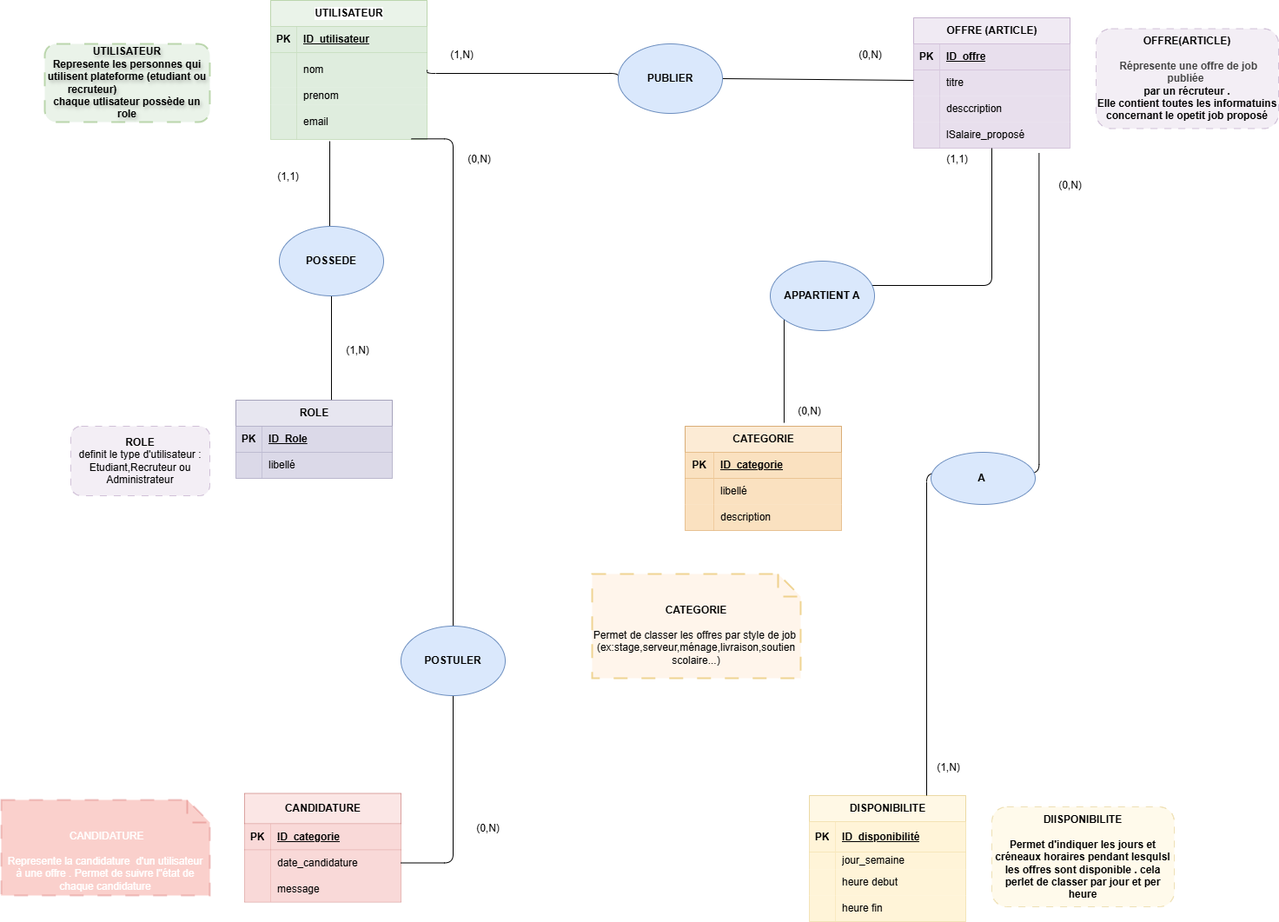
Before: Frontend/projet.png, a diagram exported from draw.io (bray886/Temps-de-travail-). Source tidied: cells renumbered, new cells last; positions are measured from the earlier drawing's top-left corner, leaving out a move shared by most shapes.
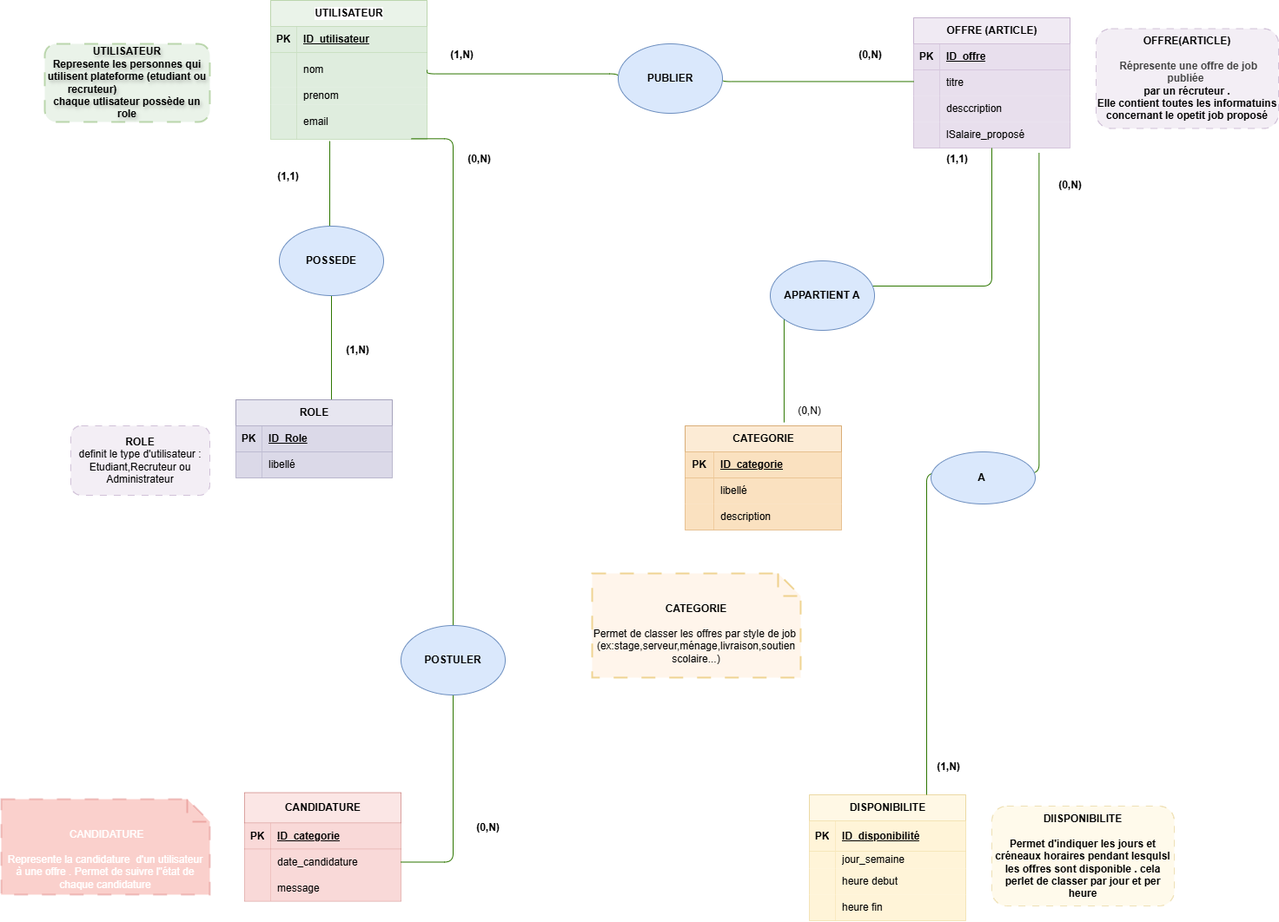
The same diagram one commit later.

Diff of the diagram source:
```diff
@@ -167,7 +167,7 @@
     <mxCell id="56" value="&lt;div style=&quot;&quot;&gt;&lt;b&gt;&amp;nbsp;&lt;/b&gt;&lt;/div&gt;&lt;div style=&quot;&quot;&gt;&lt;b&gt;&lt;br&gt;&lt;/b&gt;&lt;/div&gt;&lt;div style=&quot;&quot;&gt;&lt;b&gt;UTILISATEUR&lt;/b&gt;&lt;/div&gt;&lt;div style=&quot;&quot;&gt;&lt;b&gt;Represente les personnes qui utilisent plateforme (etudiant ou recruteur)&amp;nbsp; &amp;nbsp; &amp;nbsp; &amp;nbsp; &amp;nbsp; &amp;nbsp; &amp;nbsp; &amp;nbsp; &amp;nbsp; &amp;nbsp; &amp;nbsp; &amp;nbsp;&amp;nbsp;&lt;/b&gt;&lt;/div&gt;&lt;div style=&quot;&quot;&gt;&lt;b&gt;chaque utlisateur possède un role&lt;/b&gt;&lt;/div&gt;&lt;div style=&quot;&quot;&gt;&lt;b&gt;&lt;br&gt;&lt;/b&gt;&lt;/div&gt;&lt;div style=&quot;&quot;&gt;&lt;br&gt;&lt;/div&gt;" style="rounded=1;whiteSpace=wrap;html=1;dashed=1;dashPattern=8 8;strokeWidth=2;fillColor=#d5e8d4;strokeColor=#82b366;opacity=50;align=center;textShadow=1;" parent="1" vertex="1">
       <mxGeometry x="50" y="50" width="190" height="90" as="geometry" />
     </mxCell>
-    <mxCell id="57" value="&lt;span&gt;&lt;font&gt;UTILISATEUR&lt;/font&gt;&lt;/span&gt;" style="shape=table;startSize=30;rowLines=0;fontStyle=1;align=center;html=1;labelBackgroundColor=default;fillColor=#d5e8d4;strokeColor=#82b366;opacity=50;" parent="1" vertex="1">
+    <mxCell id="57" value="&lt;span&gt;&lt;font style=&quot;color: rgb(0, 0, 0);&quot;&gt;UTILISATEUR&lt;/font&gt;&lt;/span&gt;" style="shape=table;startSize=30;rowLines=0;fontStyle=1;align=center;html=1;labelBackgroundColor=default;fillColor=#d5e8d4;strokeColor=#82b366;opacity=50;" parent="1" vertex="1">
       <mxGeometry x="310" width="180" height="160" as="geometry" />
     </mxCell>
     <mxCell id="58" style="shape=tableRow;horizontal=0;startSize=0;swimlaneHead=0;swimlaneBody=0;fillColor=#d5e8d4;top=0;left=0;right=0;bottom=1;strokeColor=#82b366;opacity=50;" parent="57" vertex="1">
@@ -218,32 +218,32 @@
     <mxCell id="73" value="&lt;b&gt;DIISPONIBILITE&lt;/b&gt;&lt;div&gt;&lt;b&gt;&lt;br&gt;&lt;/b&gt;&lt;/div&gt;&lt;div&gt;&lt;b&gt;Permet d'indiquer les jours et créneaux horaires pendant lesqulsl les offres sont disponible . cela perlet de classer par jour et per heure&lt;/b&gt;&lt;/div&gt;" style="rounded=1;whiteSpace=wrap;html=1;dashed=1;dashPattern=8 8;fillColor=#fff2cc;strokeColor=#d6b656;opacity=40;" parent="1" vertex="1">
       <mxGeometry x="1140" y="928" width="210" height="115" as="geometry" />
     </mxCell>
-    <mxCell id="74" style="edgeStyle=elbowEdgeStyle;html=1;endArrow=none;elbow=vertical;entryX=0;entryY=0.5;entryDx=0;entryDy=0;exitX=1;exitY=0.5;exitDx=0;exitDy=0;" parent="1" edge="1" source="80" target="6">
+    <mxCell id="74" style="edgeStyle=elbowEdgeStyle;html=1;endArrow=none;elbow=vertical;entryX=0;entryY=0.5;entryDx=0;entryDy=0;exitX=1;exitY=0.5;exitDx=0;exitDy=0;fillColor=#60a917;strokeColor=#2D7600;" parent="1" edge="1" source="80" target="6">
       <mxGeometry relative="1" as="geometry" />
     </mxCell>
-    <mxCell id="75" style="html=1;endArrow=none;elbow=vertical;exitX=0.5;exitY=1;exitDx=0;exitDy=0;entryX=0.611;entryY=-0.004;entryDx=0;entryDy=0;entryPerimeter=0;" parent="1" edge="1" source="82" target="15">
+    <mxCell id="75" style="html=1;endArrow=none;elbow=vertical;exitX=0.5;exitY=1;exitDx=0;exitDy=0;entryX=0.611;entryY=-0.004;entryDx=0;entryDy=0;entryPerimeter=0;fillColor=#60a917;strokeColor=#2D7600;" parent="1" edge="1" source="82" target="15">
       <mxGeometry relative="1" as="geometry" />
     </mxCell>
-    <mxCell id="76" style="edgeStyle=elbowEdgeStyle;html=1;endArrow=none;elbow=vertical;exitX=0.9;exitY=0.983;exitDx=0;exitDy=0;exitPerimeter=0;entryX=1;entryY=0.5;entryDx=0;entryDy=0;" parent="1" edge="1" source="67" target="26">
+    <mxCell id="76" style="edgeStyle=elbowEdgeStyle;html=1;endArrow=none;elbow=vertical;exitX=0.9;exitY=0.983;exitDx=0;exitDy=0;exitPerimeter=0;entryX=1;entryY=0.5;entryDx=0;entryDy=0;fillColor=#60a917;strokeColor=#2D7600;" parent="1" edge="1" source="67" target="26">
       <mxGeometry relative="1" as="geometry">
         <Array as="points">
           <mxPoint x="520" y="550" />
         </Array>
       </mxGeometry>
     </mxCell>
-    <mxCell id="77" style="edgeStyle=elbowEdgeStyle;html=1;endArrow=none;elbow=vertical;entryX=0.633;entryY=-0.033;entryDx=0;entryDy=0;entryPerimeter=0;" parent="1" edge="1" source="12" target="32">
+    <mxCell id="77" style="edgeStyle=elbowEdgeStyle;html=1;endArrow=none;elbow=vertical;entryX=0.633;entryY=-0.033;entryDx=0;entryDy=0;entryPerimeter=0;fillColor=#60a917;strokeColor=#2D7600;" parent="1" edge="1" source="12" target="32">
       <mxGeometry relative="1" as="geometry" />
     </mxCell>
-    <mxCell id="78" style="edgeStyle=elbowEdgeStyle;html=1;endArrow=none;elbow=vertical;exitX=0.802;exitY=1.189;exitDx=0;exitDy=0;exitPerimeter=0;entryX=0.75;entryY=0;entryDx=0;entryDy=0;labelBorderColor=default;" parent="1" edge="1" source="12" target="42">
+    <mxCell id="78" style="edgeStyle=elbowEdgeStyle;html=1;endArrow=none;elbow=vertical;exitX=0.802;exitY=1.189;exitDx=0;exitDy=0;exitPerimeter=0;entryX=0.75;entryY=0;entryDx=0;entryDy=0;labelBorderColor=default;fillColor=#60a917;strokeColor=#2D7600;" parent="1" edge="1" source="12" target="42">
       <mxGeometry relative="1" as="geometry" />
     </mxCell>
-    <mxCell id="79" style="edgeStyle=elbowEdgeStyle;html=1;endArrow=none;elbow=vertical;entryX=0;entryY=0.5;entryDx=0;entryDy=0;exitX=1;exitY=0.5;exitDx=0;exitDy=0;" parent="1" edge="1" source="61" target="80">
+    <mxCell id="79" style="edgeStyle=elbowEdgeStyle;html=1;endArrow=none;elbow=vertical;entryX=0;entryY=0.5;entryDx=0;entryDy=0;exitX=1;exitY=0.5;exitDx=0;exitDy=0;fillColor=#60a917;strokeColor=#2D7600;" parent="1" edge="1" source="61" target="80">
       <mxGeometry relative="1" as="geometry" />
     </mxCell>
     <mxCell id="80" value="&lt;b&gt;PUBLIER&lt;/b&gt;" style="ellipse;whiteSpace=wrap;html=1;fillColor=#dae8fc;strokeColor=#6c8ebf;" parent="1" vertex="1">
       <mxGeometry x="710" y="50" width="120" height="80" as="geometry" />
     </mxCell>
-    <mxCell id="81" style="html=1;endArrow=none;elbow=vertical;exitX=0.378;exitY=1.05;exitDx=0;exitDy=0;exitPerimeter=0;" parent="1" edge="1" source="67">
+    <mxCell id="81" style="html=1;endArrow=none;elbow=vertical;exitX=0.378;exitY=1.05;exitDx=0;exitDy=0;exitPerimeter=0;fillColor=#60a917;strokeColor=#2D7600;" parent="1" edge="1" source="67">
       <mxGeometry relative="1" as="geometry">
         <mxPoint x="378" y="260" as="targetPoint" />
       </mxGeometry>
@@ -260,34 +260,34 @@
     <mxCell id="85" value="&lt;b&gt;POSTULER&lt;/b&gt;" style="ellipse;whiteSpace=wrap;html=1;fillColor=#dae8fc;strokeColor=#6c8ebf;" parent="1" vertex="1">
       <mxGeometry x="460" y="720" width="120" height="80" as="geometry" />
     </mxCell>
-    <mxCell id="86" value="(1,N)" style="text;html=1;align=center;verticalAlign=middle;strokeColor=none;fillColor=none;" parent="1" vertex="1">
+    <mxCell id="86" value="&lt;b&gt;(1,N)&lt;/b&gt;" style="text;html=1;align=center;verticalAlign=middle;" parent="1" vertex="1">
       <mxGeometry x="505" y="48" width="50" height="30" as="geometry" />
     </mxCell>
-    <mxCell id="87" value="(0,N)" style="text;html=1;align=center;verticalAlign=middle;strokeColor=none;fillColor=none;" parent="1" vertex="1">
+    <mxCell id="87" value="&lt;b&gt;(0,N)&lt;/b&gt;" style="text;html=1;align=center;verticalAlign=middle;strokeColor=none;fillColor=none;" parent="1" vertex="1">
       <mxGeometry x="975" y="48" width="50" height="30" as="geometry" />
     </mxCell>
-    <mxCell id="88" value="(1,1)" style="text;html=1;align=center;verticalAlign=middle;strokeColor=none;fillColor=none;" parent="1" vertex="1">
+    <mxCell id="88" value="&lt;b&gt;(1,1)&lt;/b&gt;" style="text;html=1;align=center;verticalAlign=middle;strokeColor=none;fillColor=none;" parent="1" vertex="1">
       <mxGeometry x="305" y="188" width="50" height="30" as="geometry" />
     </mxCell>
-    <mxCell id="89" value="(1,N)" style="text;html=1;align=center;verticalAlign=middle;strokeColor=none;fillColor=none;" parent="1" vertex="1">
+    <mxCell id="89" value="&lt;b&gt;(1,N)&lt;/b&gt;" style="text;html=1;align=center;verticalAlign=middle;" parent="1" vertex="1">
       <mxGeometry x="385" y="388" width="50" height="30" as="geometry" />
     </mxCell>
-    <mxCell id="90" value="(0,N)" style="text;html=1;align=center;verticalAlign=middle;strokeColor=none;fillColor=none;" parent="1" vertex="1">
+    <mxCell id="90" value="&lt;b&gt;(0,N)&lt;/b&gt;" style="text;html=1;align=center;verticalAlign=middle;strokeColor=none;fillColor=none;" parent="1" vertex="1">
       <mxGeometry x="535" y="938" width="50" height="30" as="geometry" />
     </mxCell>
-    <mxCell id="91" value="(0,N)" style="text;html=1;align=center;verticalAlign=middle;strokeColor=none;fillColor=none;" parent="1" vertex="1">
+    <mxCell id="91" value="&lt;b&gt;(0,N)&lt;/b&gt;" style="text;html=1;align=center;verticalAlign=middle;strokeColor=none;fillColor=none;" parent="1" vertex="1">
       <mxGeometry x="525" y="168" width="50" height="30" as="geometry" />
     </mxCell>
-    <mxCell id="92" value="(1,N)" style="text;html=1;align=center;verticalAlign=middle;strokeColor=none;fillColor=none;" parent="1" vertex="1">
+    <mxCell id="92" value="&lt;b&gt;(1,N)&lt;/b&gt;" style="text;html=1;align=center;verticalAlign=middle;strokeColor=none;fillColor=none;" parent="1" vertex="1">
       <mxGeometry x="1065" y="868" width="50" height="30" as="geometry" />
     </mxCell>
-    <mxCell id="93" value="(0,N)" style="text;html=1;align=center;verticalAlign=middle;strokeColor=none;fillColor=none;" parent="1" vertex="1">
+    <mxCell id="93" value="&lt;b&gt;(0,N)&lt;/b&gt;" style="text;html=1;align=center;verticalAlign=middle;strokeColor=none;fillColor=none;" parent="1" vertex="1">
       <mxGeometry x="1205" y="198" width="50" height="30" as="geometry" />
     </mxCell>
     <mxCell id="94" value="(0,N)" style="text;html=1;align=center;verticalAlign=middle;strokeColor=none;fillColor=none;" parent="1" vertex="1">
       <mxGeometry x="905" y="458" width="50" height="30" as="geometry" />
     </mxCell>
-    <mxCell id="95" value="(1,1)" style="text;html=1;align=center;verticalAlign=middle;strokeColor=none;fillColor=none;" parent="1" vertex="1">
+    <mxCell id="95" value="&lt;b&gt;(1,1)&lt;/b&gt;" style="text;html=1;align=center;verticalAlign=middle;strokeColor=none;fillColor=none;" parent="1" vertex="1">
       <mxGeometry x="1075" y="168" width="50" height="30" as="geometry" />
     </mxCell>
   </root>
```
